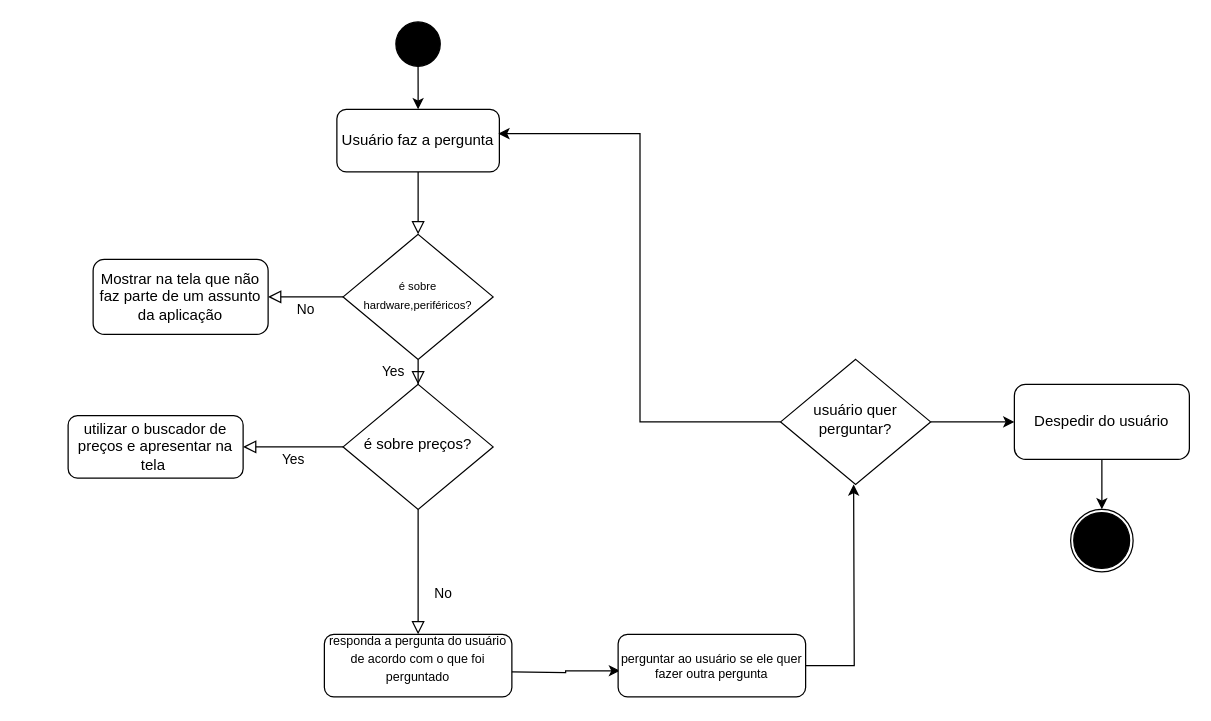
devguina/CEFET-Software_Engineering keeps this draw.io diagram as page "Page-1" (1 of 7) of Diagrama sem nome.drawio. Above is the earlier version. Source tidied: cells renumbered, new cells numbered last; positions are measured from the earlier drawing's top-left corner, leaving out a move shared by most shapes. Both pictures are drawn from the tidied source at 125%, with x=0, y=0 at pixel (68, 21).
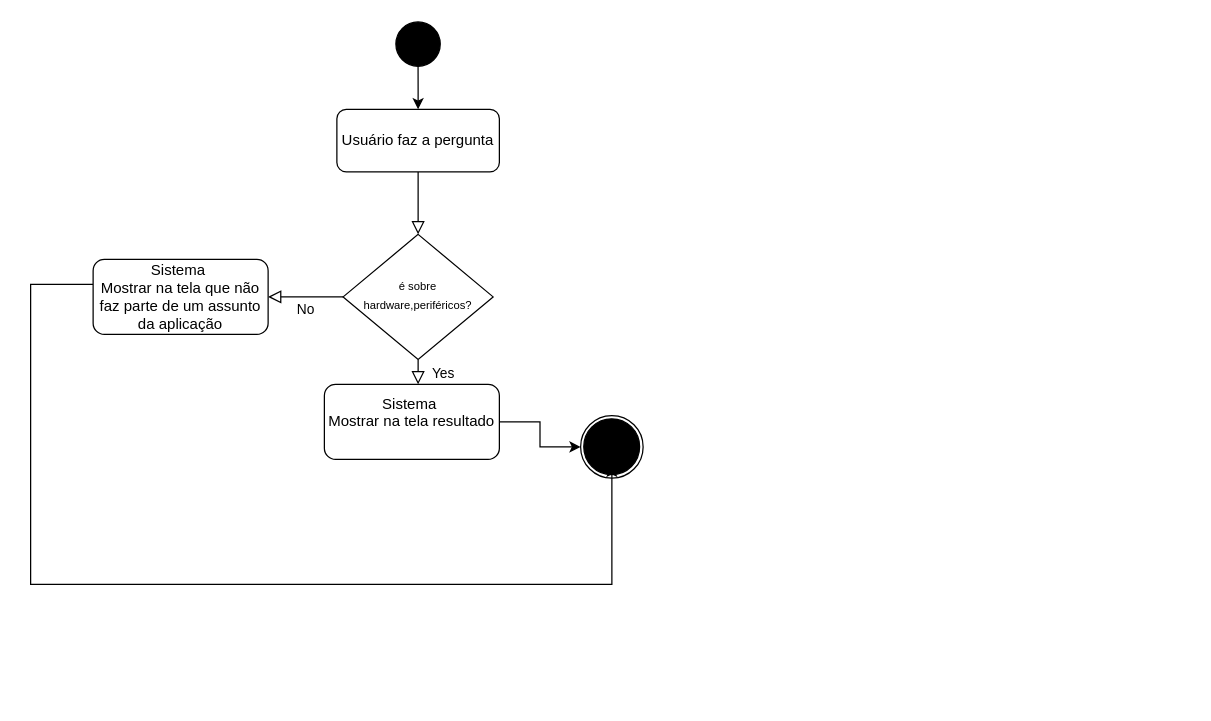
The same diagram, later.

The change refers to these unchanged cells:
```xml
<mxCell id="3" value="Usuário faz a pergunta" style="rounded=1;whiteSpace=wrap;html=1;fontSize=12;glass=0;strokeWidth=1;shadow=0;" parent="1" vertex="1">
  <mxGeometry x="215" y="70" width="130" height="50" as="geometry" />
</mxCell>
<mxCell id="6" value="&lt;font style=&quot;font-size: 9px;&quot;&gt;é sobre hardware,periféricos?&lt;/font&gt;" style="rhombus;whiteSpace=wrap;html=1;shadow=0;fontFamily=Helvetica;fontSize=12;align=center;strokeWidth=1;spacing=6;spacingTop=-4;" parent="1" vertex="1">
  <mxGeometry x="220" y="170" width="120" height="100" as="geometry" />
</mxCell>
<mxCell id="25" style="ellipse;shape=doubleEllipse;whiteSpace=wrap;html=1;fillColor=none;" parent="23" vertex="1">
  <mxGeometry width="50" height="50" as="geometry" />
</mxCell>
```

Change to the diagram source:
```diff
@@
-    <mxCell id="4" value="Yes" style="rounded=0;html=1;jettySize=auto;fontSize=11;endArrow=block;endFill=0;endSize=8;strokeWidth=1;shadow=0;labelBackgroundColor=none;edgeStyle=orthogonalEdgeStyle;" parent="1" edge="1" source="6" target="10">
-      <mxGeometry y="20" relative="1" as="geometry" />
+    <mxCell id="4" value="Yes" style="rounded=0;html=1;jettySize=auto;fontSize=11;endArrow=block;endFill=0;endSize=8;strokeWidth=1;shadow=0;labelBackgroundColor=none;edgeStyle=orthogonalEdgeStyle;" parent="1" edge="1" source="6">
+      <mxGeometry y="20" relative="1" as="geometry">
+        <mxPoint x="280" y="290" as="targetPoint" />
+      </mxGeometry>
     </mxCell>
@@
+    <mxCell id="26" style="edgeStyle=orthogonalEdgeStyle;rounded=0;orthogonalLoop=1;jettySize=auto;html=1;" parent="1" edge="1">
+      <mxGeometry relative="1" as="geometry">
+        <mxPoint x="20" y="210" as="sourcePoint" />
+        <mxPoint x="435" y="355" as="targetPoint" />
+        <Array as="points">
+          <mxPoint x="-30" y="210" />
+          <mxPoint x="-30" y="450" />
+          <mxPoint x="435" y="450" />
+        </Array>
+      </mxGeometry>
+    </mxCell>
-    <mxCell id="7" value="Mostrar na tela que não faz parte de um assunto da aplicação" style="rounded=1;whiteSpace=wrap;html=1;fontSize=12;glass=0;strokeWidth=1;shadow=0;" parent="1" vertex="1">
+    <mxCell id="7" value="Sistema&amp;nbsp;&lt;div&gt;Mostrar na tela que não faz parte de um assunto da aplicação&lt;/div&gt;" style="rounded=1;whiteSpace=wrap;html=1;fontSize=12;glass=0;strokeWidth=1;shadow=0;" parent="1" vertex="1">
       <mxGeometry x="20" y="190" width="140" height="60" as="geometry" />
     </mxCell>
-    <mxCell id="8" value="No" style="rounded=0;html=1;jettySize=auto;fontSize=11;endArrow=block;endFill=0;endSize=8;strokeWidth=1;shadow=0;labelBackgroundColor=none;edgeStyle=orthogonalEdgeStyle;" parent="1" edge="1" source="10" target="11">
-      <mxGeometry x="0.33" y="20" relative="1" as="geometry" />
-    </mxCell>
-    <mxCell id="9" value="Yes" style="edgeStyle=orthogonalEdgeStyle;rounded=0;html=1;jettySize=auto;fontSize=11;endArrow=block;endFill=0;endSize=8;strokeWidth=1;shadow=0;labelBackgroundColor=none;" parent="1" edge="1" source="10" target="12">
-      <mxGeometry y="10" relative="1" as="geometry" />
-    </mxCell>
-    <mxCell id="10" value="é sobre preços?" style="rhombus;whiteSpace=wrap;html=1;shadow=0;fontFamily=Helvetica;fontSize=12;align=center;strokeWidth=1;spacing=6;spacingTop=-4;" parent="1" vertex="1">
-      <mxGeometry x="220" y="290" width="120" height="100" as="geometry" />
-    </mxCell>
-    <mxCell id="11" value="&lt;font style=&quot;font-size: 10px;&quot;&gt;responda a pergunta do usuário de acordo com o que foi perguntado&lt;/font&gt;&lt;div style=&quot;font-size: 10px;&quot;&gt;&lt;br&gt;&lt;/div&gt;" style="rounded=1;whiteSpace=wrap;html=1;fontSize=12;glass=0;strokeWidth=1;shadow=0;" parent="1" vertex="1">
-      <mxGeometry x="205" y="490" width="150" height="50" as="geometry" />
-    </mxCell>
-    <mxCell id="12" value="utilizar o buscador de preços e apresentar na tela&amp;nbsp;" style="rounded=1;whiteSpace=wrap;html=1;fontSize=12;glass=0;strokeWidth=1;shadow=0;" parent="1" vertex="1">
-      <mxGeometry y="315" width="140" height="50" as="geometry" />
-    </mxCell>
-    <mxCell id="13" style="edgeStyle=orthogonalEdgeStyle;rounded=0;jettySize=auto;html=1;entryX=0.5;entryY=0;entryDx=0;entryDy=0;" parent="1" edge="1" source="14" target="25">
-      <mxGeometry relative="1" as="geometry" />
-    </mxCell>
-    <mxCell id="14" value="Despedir do usuário" style="rounded=1;whiteSpace=wrap;html=1;fillColor=none;" parent="1" vertex="1">
-      <mxGeometry x="757" y="290" width="140" height="60" as="geometry" />
-    </mxCell>
-    <mxCell id="15" style="edgeStyle=orthogonalEdgeStyle;rounded=0;jettySize=auto;html=1;entryX=0;entryY=0.5;entryDx=0;entryDy=0;" parent="1" edge="1" source="16" target="14">
-      <mxGeometry relative="1" as="geometry" />
-    </mxCell>
-    <mxCell id="16" value="usuário quer perguntar?" style="rhombus;whiteSpace=wrap;html=1;shadow=0;fontFamily=Helvetica;fontSize=12;align=center;strokeWidth=1;spacing=6;spacingTop=-4;" parent="1" vertex="1">
-      <mxGeometry x="570" y="270" width="120" height="100" as="geometry" />
-    </mxCell>
-    <mxCell id="17" style="edgeStyle=orthogonalEdgeStyle;rounded=0;jettySize=auto;html=1;entryX=0.01;entryY=0.583;entryDx=0;entryDy=0;entryPerimeter=0;" parent="1" edge="1" source="19">
-      <mxGeometry relative="1" as="geometry">
-        <mxPoint x="628.4" y="370" as="targetPoint" />
-      </mxGeometry>
-    </mxCell>
-    <mxCell id="18" style="edgeStyle=orthogonalEdgeStyle;rounded=0;jettySize=auto;html=1;entryX=0.01;entryY=0.583;entryDx=0;entryDy=0;entryPerimeter=0;" parent="1" edge="1" target="19">
-      <mxGeometry relative="1" as="geometry">
-        <mxPoint x="355" y="520" as="sourcePoint" />
-      </mxGeometry>
-    </mxCell>
-    <mxCell id="19" value="&lt;div style=&quot;font-size: 10px;&quot;&gt;perguntar ao usuário se ele quer fazer outra pergunta&lt;/div&gt;" style="rounded=1;whiteSpace=wrap;html=1;fontSize=12;glass=0;strokeWidth=1;shadow=0;" parent="1" vertex="1">
-      <mxGeometry x="440" y="490" width="150" height="50" as="geometry" />
-    </mxCell>
-    <mxCell id="20" style="edgeStyle=orthogonalEdgeStyle;rounded=0;jettySize=auto;html=1;entryX=0.994;entryY=0.388;entryDx=0;entryDy=0;entryPerimeter=0;" parent="1" edge="1" source="16" target="3">
-      <mxGeometry relative="1" as="geometry" />
-    </mxCell>
@@
     <mxCell id="23" style="group;" parent="1" vertex="1">
-      <mxGeometry x="802" y="390" width="50" height="50" as="geometry" />
+      <mxGeometry x="410" y="315" width="50" height="50" as="geometry" />
     </mxCell>
@@
+    <mxCell id="27" style="edgeStyle=orthogonalEdgeStyle;rounded=0;jettySize=auto;html=1;" parent="1" edge="1" source="28" target="25">
+      <mxGeometry relative="1" as="geometry" />
+    </mxCell>
+    <mxCell id="28" value="Sistema&amp;nbsp;&lt;div&gt;Mostrar na tela resultado&lt;/div&gt;&lt;div&gt;&lt;br&gt;&lt;/div&gt;" style="rounded=1;whiteSpace=wrap;html=1;fontSize=12;glass=0;strokeWidth=1;shadow=0;" parent="1" vertex="1">
+      <mxGeometry x="205" y="290" width="140" height="60" as="geometry" />
+    </mxCell>
```
